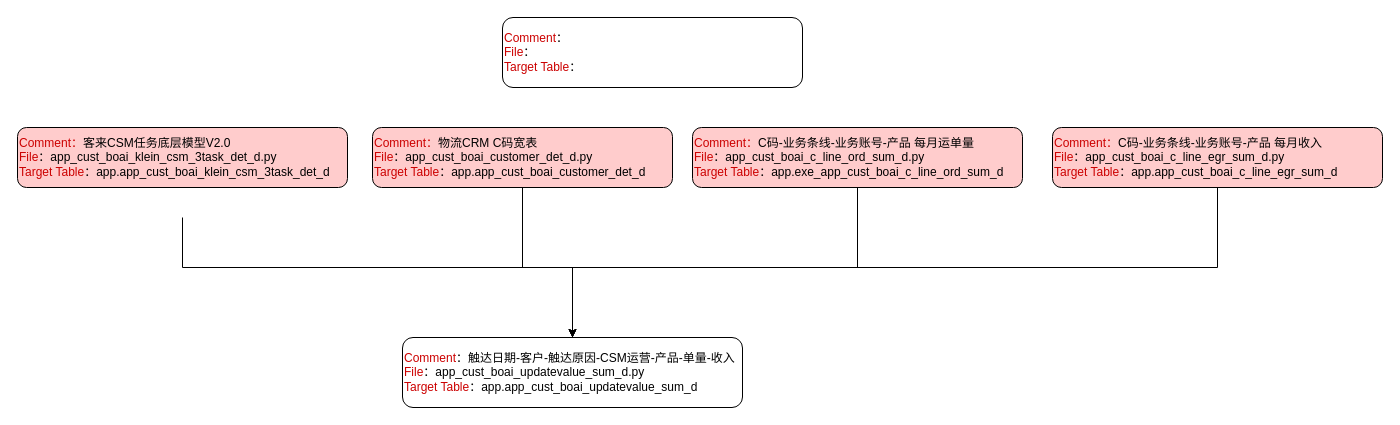
Before: 价值提升.drawio in tristayan/ck, a draw.io diagram. Source tidied: cells renumbered, new cells numbered last; positions are measured from the earlier drawing's top-left corner, leaving out a move shared by most shapes. Both pictures are drawn from the tidied source at 100%, with x=0, y=0 at pixel (17, 17).
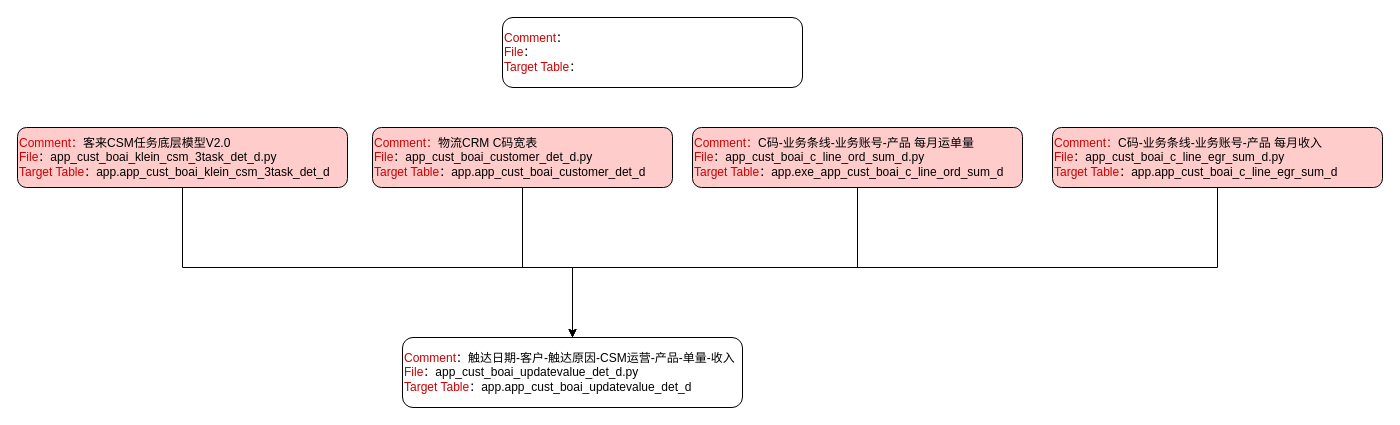
After the change.

Commit message:
更新价值提升.drawio

The edit, as a diff of the source:
```diff
@@
 <mxGraphModel>
   <root>
     <mxCell id="0" />
     <mxCell id="1" parent="0" />
-    <mxCell id="2" style="edgeStyle=orthogonalEdgeStyle;rounded=0;orthogonalLoop=1;jettySize=auto;html=1;" parent="1" edge="1">
+    <mxCell id="2" style="edgeStyle=orthogonalEdgeStyle;rounded=0;jettySize=auto;html=1;exitX=0.5;exitY=1;exitDx=0;exitDy=0;" parent="1" edge="1" source="3">
       <mxGeometry relative="1" as="geometry">
-        <mxPoint x="165" y="200" as="sourcePoint" />
         <mxPoint x="555" y="350" as="targetPoint" />
         <Array as="points">
           <mxPoint x="165" y="250" />
           <mxPoint x="555" y="250" />
         </Array>
       </mxGeometry>
     </mxCell>
     <mxCell id="3" value="&lt;font color=&quot;#cc0000&quot;&gt;Comment：&lt;/font&gt;客来CSM任务底层模型V2.0&lt;span&gt;&lt;/span&gt;&lt;font color=&quot;#cc0000&quot;&gt;&lt;br&gt;File&lt;/font&gt;：app_cust_boai_klein_csm_3task_det_d&lt;span style=&quot;background-color: initial;&quot;&gt;.py&lt;/span&gt;&lt;br&gt;&lt;font color=&quot;#cc0000&quot;&gt;Target Table&lt;/font&gt;：app.app_cust_boai_klein_csm_3task_det_d" style="rounded=1;whiteSpace=wrap;html=1;align=left;fillColor=#FFCCCC;" parent="1" vertex="1">
       <mxGeometry y="110" width="330" height="60" as="geometry" />
     </mxCell>
     <mxCell id="4" value="&lt;font color=&quot;#cc0000&quot;&gt;Comment&lt;/font&gt;：&lt;font color=&quot;#cc0000&quot;&gt;&lt;br&gt;File&lt;/font&gt;：&lt;br&gt;&lt;font color=&quot;#cc0000&quot;&gt;Target Table&lt;/font&gt;：" style="rounded=1;whiteSpace=wrap;html=1;align=left;" parent="1" vertex="1">
       <mxGeometry x="485" width="300" height="70" as="geometry" />
     </mxCell>
-    <mxCell id="5" value="&lt;font color=&quot;#cc0000&quot;&gt;Comment&lt;/font&gt;：触达日期-客户-触达原因-CSM运营-产品-单量-收入&lt;br&gt;&lt;font color=&quot;#cc0000&quot;&gt;File&lt;/font&gt;：app_cust_boai_updatevalue_sum_d&lt;span style=&quot;background-color: initial;&quot;&gt;.py&lt;/span&gt;&lt;br&gt;&lt;font color=&quot;#cc0000&quot;&gt;Target Table&lt;/font&gt;：app.app_cust_boai_updatevalue_sum_d" style="rounded=1;whiteSpace=wrap;html=1;align=left;" parent="1" vertex="1">
+    <mxCell id="5" value="&lt;font color=&quot;#cc0000&quot;&gt;Comment&lt;/font&gt;：触达日期-客户-触达原因-CSM运营-产品-单量-收入&lt;br&gt;&lt;font color=&quot;#cc0000&quot;&gt;File&lt;/font&gt;：app_cust_boai_updatevalue_det_d&lt;span style=&quot;background-color: initial;&quot;&gt;.py&lt;/span&gt;&lt;br&gt;&lt;font color=&quot;#cc0000&quot;&gt;Target Table&lt;/font&gt;：app.app_cust_boai_updatevalue_det_d" style="rounded=1;whiteSpace=wrap;html=1;align=left;" parent="1" vertex="1">
       <mxGeometry x="385" y="320" width="340" height="70" as="geometry" />
     </mxCell>
     <mxCell id="6" style="edgeStyle=orthogonalEdgeStyle;rounded=0;jettySize=auto;html=1;entryX=0.5;entryY=0;entryDx=0;entryDy=0;" parent="1" edge="1" source="7" target="5">
       <mxGeometry relative="1" as="geometry">
         <Array as="points">
           <mxPoint x="505" y="250" />
           <mxPoint x="555" y="250" />
         </Array>
       </mxGeometry>
     </mxCell>
     <mxCell id="7" value="&lt;font color=&quot;#cc0000&quot;&gt;Comment：&lt;/font&gt;物流CRM C码宽表&lt;span&gt;&lt;/span&gt;&lt;font color=&quot;#cc0000&quot;&gt;&lt;br&gt;File&lt;/font&gt;：app_cust_boai_customer_det_d&lt;span style=&quot;background-color: initial;&quot;&gt;.py&lt;/span&gt;&lt;br&gt;&lt;font color=&quot;#cc0000&quot;&gt;Target Table&lt;/font&gt;：app.app_cust_boai_customer_det_d" style="rounded=1;whiteSpace=wrap;html=1;align=left;fillColor=#FFCCCC;" parent="1" vertex="1">
       <mxGeometry x="355" y="110" width="300" height="60" as="geometry" />
     </mxCell>
     <mxCell id="8" style="edgeStyle=orthogonalEdgeStyle;rounded=0;jettySize=auto;html=1;entryX=0.5;entryY=0;entryDx=0;entryDy=0;" parent="1" edge="1" source="9" target="5">
       <mxGeometry relative="1" as="geometry">
         <Array as="points">
           <mxPoint x="840" y="250" />
           <mxPoint x="555" y="250" />
         </Array>
       </mxGeometry>
     </mxCell>
     <mxCell id="9" value="&lt;font color=&quot;#cc0000&quot;&gt;Comment：&lt;/font&gt;C码-业务条线-业务账号-产品&lt;span style=&quot;background-color: initial;&quot;&gt;&amp;nbsp;每月运单量&lt;/span&gt;&lt;br&gt;&lt;font color=&quot;#cc0000&quot;&gt;File&lt;/font&gt;：app_cust_boai_c_line_ord_sum_d&lt;span style=&quot;background-color: initial;&quot;&gt;.py&lt;/span&gt;&lt;br&gt;&lt;font color=&quot;#cc0000&quot;&gt;Target Table&lt;/font&gt;：app.exe_app_cust_boai_c_line_ord_sum_d" style="rounded=1;whiteSpace=wrap;html=1;align=left;fillColor=#FFCCCC;" parent="1" vertex="1">
       <mxGeometry x="675" y="110" width="330" height="60" as="geometry" />
     </mxCell>
     <mxCell id="10" style="edgeStyle=orthogonalEdgeStyle;rounded=0;jettySize=auto;html=1;entryX=0.5;entryY=0;entryDx=0;entryDy=0;" parent="1" edge="1" source="11" target="5">
       <mxGeometry relative="1" as="geometry">
         <Array as="points">
           <mxPoint x="1200" y="250" />
           <mxPoint x="555" y="250" />
         </Array>
       </mxGeometry>
     </mxCell>
     <mxCell id="11" value="&lt;font color=&quot;#cc0000&quot;&gt;Comment：&lt;/font&gt;C码-业务条线-业务账号-产品&lt;span style=&quot;background-color: initial;&quot;&gt;&amp;nbsp;每月收入&lt;/span&gt;&lt;br&gt;&lt;font color=&quot;#cc0000&quot;&gt;File&lt;/font&gt;：app_cust_boai_c_line_egr_sum_d&lt;span style=&quot;background-color: initial;&quot;&gt;.py&lt;/span&gt;&lt;br&gt;&lt;font color=&quot;#cc0000&quot;&gt;Target Table&lt;/font&gt;：app.app_cust_boai_c_line_egr_sum_d" style="rounded=1;whiteSpace=wrap;html=1;align=left;fillColor=#FFCCCC;" parent="1" vertex="1">
       <mxGeometry x="1035" y="110" width="330" height="60" as="geometry" />
     </mxCell>
   </root>
 </mxGraphModel>
```
